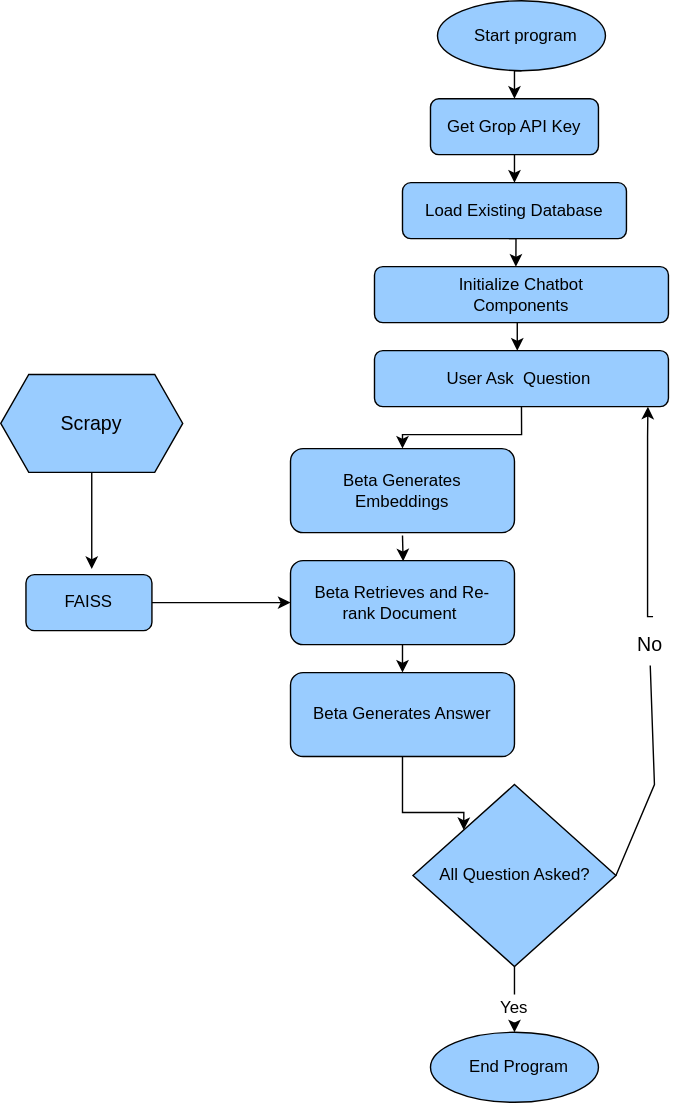
Above: flowchart.svg in DrAlzahraniProjects/csusb_spring2025_cse6550_team2 (draw.io), before the change. Source tidied: cells renumbered, new cells last; positions are measured from the earlier drawing's top-left corner, leaving out a move shared by most shapes.
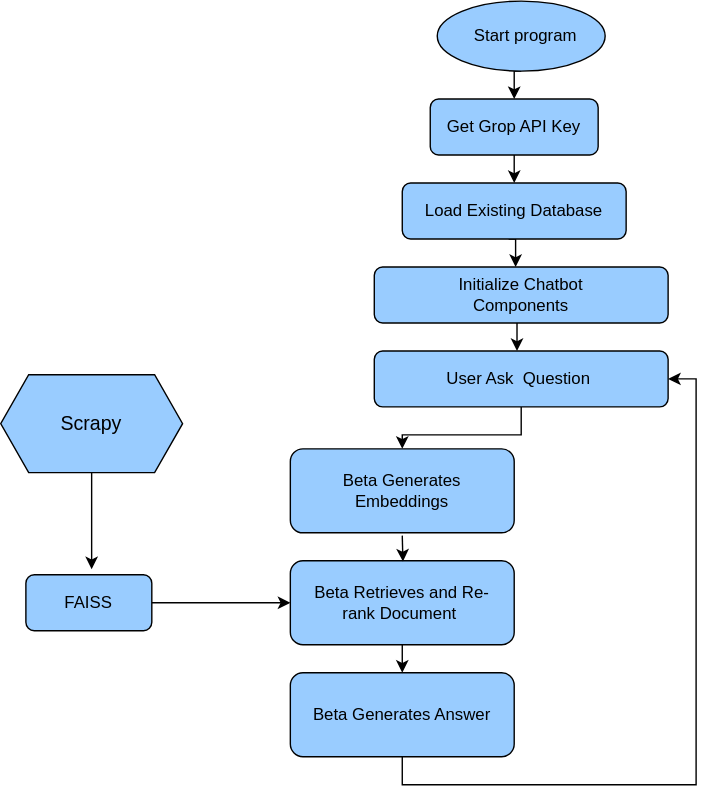
Later version of the same file.

Diff of the diagram source:
```diff
@@ -47,58 +47,18 @@
     <mxCell id="14" value="Beta Retrieves and Re-&lt;div&gt;rank Document&amp;nbsp;&lt;/div&gt;" style="rounded=1;whiteSpace=wrap;html=1;fontSize=12;glass=0;strokeWidth=1;shadow=0;fillColor=#99CCFF;" parent="1" vertex="1">
       <mxGeometry x="207" y="400" width="160" height="60" as="geometry" />
     </mxCell>
-    <mxCell id="15" style="edgeStyle=orthogonalEdgeStyle;rounded=0;jettySize=auto;html=1;exitX=0.5;exitY=1;exitDx=0;exitDy=0;entryX=0;entryY=0;entryDx=0;entryDy=0;" parent="1" edge="1" source="16" target="17">
-      <mxGeometry relative="1" as="geometry">
-        <Array as="points">
-          <mxPoint x="287" y="580" />
-          <mxPoint x="331" y="580" />
-        </Array>
-      </mxGeometry>
-    </mxCell>
+    <mxCell id="30" style="edgeStyle=orthogonalEdgeStyle;rounded=0;jettySize=auto;html=1;exitX=0.5;exitY=1;exitDx=0;exitDy=0;entryX=1;entryY=0.5;entryDx=0;entryDy=0;" parent="1" edge="1" source="16" target="11">
+      <mxGeometry relative="1" as="geometry" />
+    </mxCell>
     <mxCell id="16" value="Beta Generates Answer" style="rounded=1;whiteSpace=wrap;html=1;fontSize=12;glass=0;strokeWidth=1;shadow=0;fillColor=#99CCFF;" parent="1" vertex="1">
       <mxGeometry x="207" y="480" width="160" height="60" as="geometry" />
     </mxCell>
-    <mxCell id="17" value="All Question Asked?" style="rhombus;whiteSpace=wrap;html=1;fillColor=#99CCFF;" parent="1" vertex="1">
-      <mxGeometry x="294.5" y="560" width="145" height="130" as="geometry" />
-    </mxCell>
-    <mxCell id="18" value="&lt;div&gt;&lt;br&gt;&lt;/div&gt;&amp;nbsp; End Program&lt;div&gt;&lt;br&gt;&lt;/div&gt;" style="shape=ellipse;html=1;dashed=0;whiteSpace=wrap;perimeter=ellipsePerimeter;fillColor=#99CCFF;" parent="1" vertex="1">
-      <mxGeometry x="307" y="737" width="120" height="50" as="geometry" />
-    </mxCell>
     <mxCell id="19" style="edgeStyle=orthogonalEdgeStyle;rounded=0;orthogonalLoop=1;jettySize=auto;html=1;exitX=0.5;exitY=1;exitDx=0;exitDy=0;entryX=0.503;entryY=-0.025;entryDx=0;entryDy=0;entryPerimeter=0;" parent="1" edge="1">
       <mxGeometry relative="1" as="geometry">
         <mxPoint x="287" y="382" as="sourcePoint" />
         <mxPoint x="287.5" y="400.5" as="targetPoint" />
       </mxGeometry>
     </mxCell>
-    <mxCell id="20" style="edgeStyle=orthogonalEdgeStyle;rounded=0;orthogonalLoop=1;jettySize=auto;html=1;exitX=0.5;exitY=0;exitDx=0;exitDy=0;" parent="1" edge="1">
-      <mxGeometry relative="1" as="geometry">
-        <mxPoint x="466" y="440" as="sourcePoint" />
-        <mxPoint x="462.3" y="290" as="targetPoint" />
-        <Array as="points">
-          <mxPoint x="462" y="312" />
-          <mxPoint x="462" y="312" />
-        </Array>
-      </mxGeometry>
-    </mxCell>
-    <mxCell id="21" value="&lt;font style=&quot;font-size: 14px;&quot;&gt;No&lt;/font&gt;" style="text;html=1;align=center;verticalAlign=middle;whiteSpace=wrap;rounded=0;" parent="1" vertex="1">
-      <mxGeometry x="434" y="445" width="60" height="30" as="geometry" />
-    </mxCell>
-    <mxCell id="22" style="edgeStyle=orthogonalEdgeStyle;rounded=0;jettySize=auto;html=1;exitX=0.5;exitY=1;exitDx=0;exitDy=0;entryX=0.5;entryY=0;entryDx=0;entryDy=0;" parent="1" edge="1" source="23" target="18">
-      <mxGeometry relative="1" as="geometry" />
-    </mxCell>
-    <mxCell id="23" value="Yes" style="text;html=1;align=center;verticalAlign=middle;whiteSpace=wrap;rounded=0;" parent="1" vertex="1">
-      <mxGeometry x="342" y="710" width="50" height="20" as="geometry" />
-    </mxCell>
-    <mxCell id="24" style="endArrow=none;html=1;rounded=0;exitX=0.5;exitY=0;exitDx=0;exitDy=0;entryX=0.5;entryY=1;entryDx=0;entryDy=0;" parent="1" edge="1" source="23" target="17">
-      <mxGeometry relative="1" as="geometry" />
-    </mxCell>
-    <mxCell id="25" style="endArrow=none;html=1;rounded=0;exitX=1;exitY=0.5;exitDx=0;exitDy=0;entryX=0.5;entryY=1;entryDx=0;entryDy=0;" parent="1" edge="1" source="17" target="21">
-      <mxGeometry relative="1" as="geometry">
-        <Array as="points">
-          <mxPoint x="467" y="560" />
-        </Array>
-      </mxGeometry>
-    </mxCell>
     <mxCell id="26" style="edgeStyle=orthogonalEdgeStyle;rounded=0;orthogonalLoop=1;jettySize=auto;html=1;exitX=0.5;exitY=1;exitDx=0;exitDy=0;" parent="1" edge="1">
       <mxGeometry relative="1" as="geometry">
         <mxPoint x="65" y="337" as="sourcePoint" />
```
